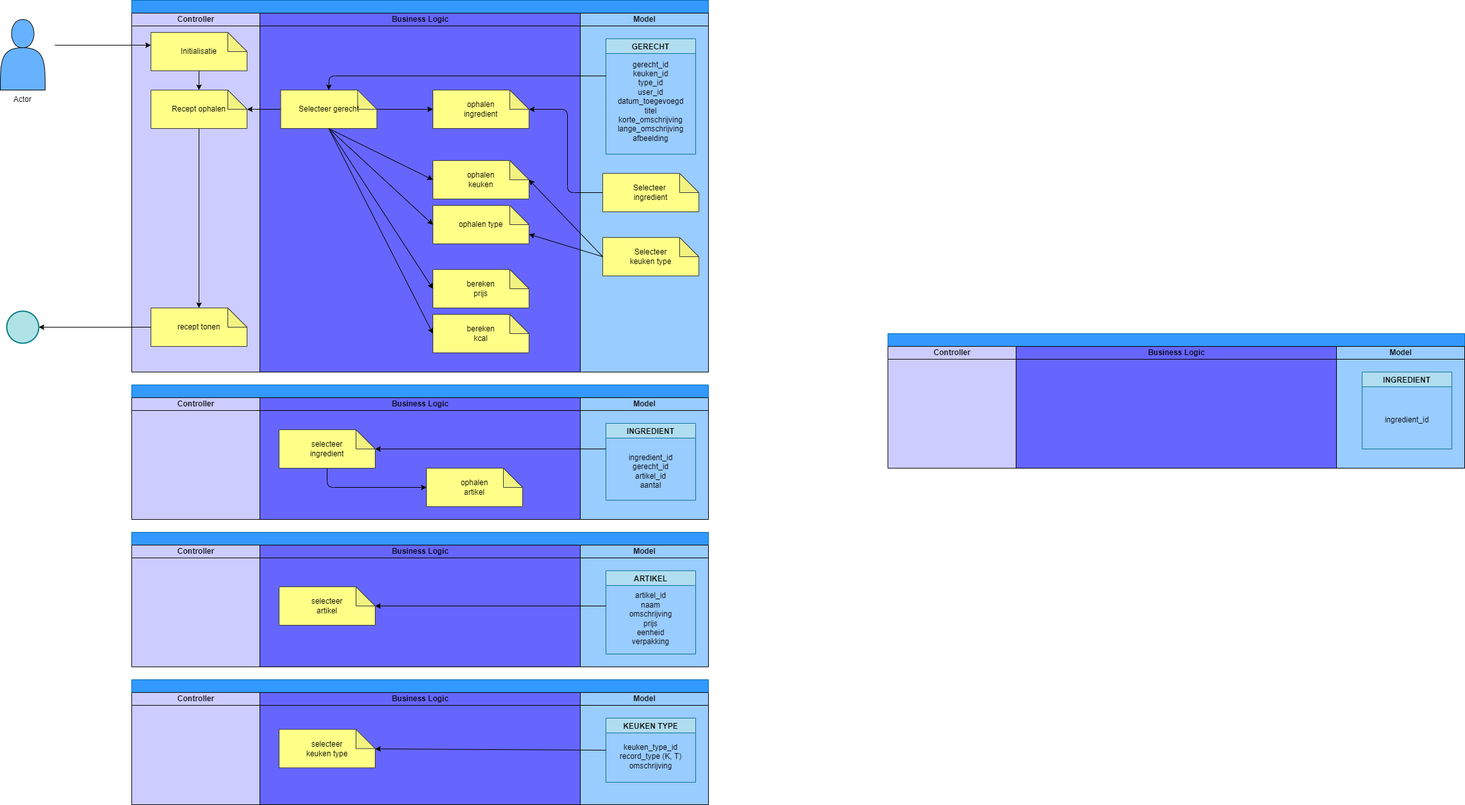
Before: documents/design/ASD_receptpagina.png, a diagram exported from draw.io (LiekeDeckers/educom-verrukkulluk). Source tidied: cells renumbered, new cells last; positions are measured from the earlier drawing's top-left corner, leaving out a move shared by most shapes.
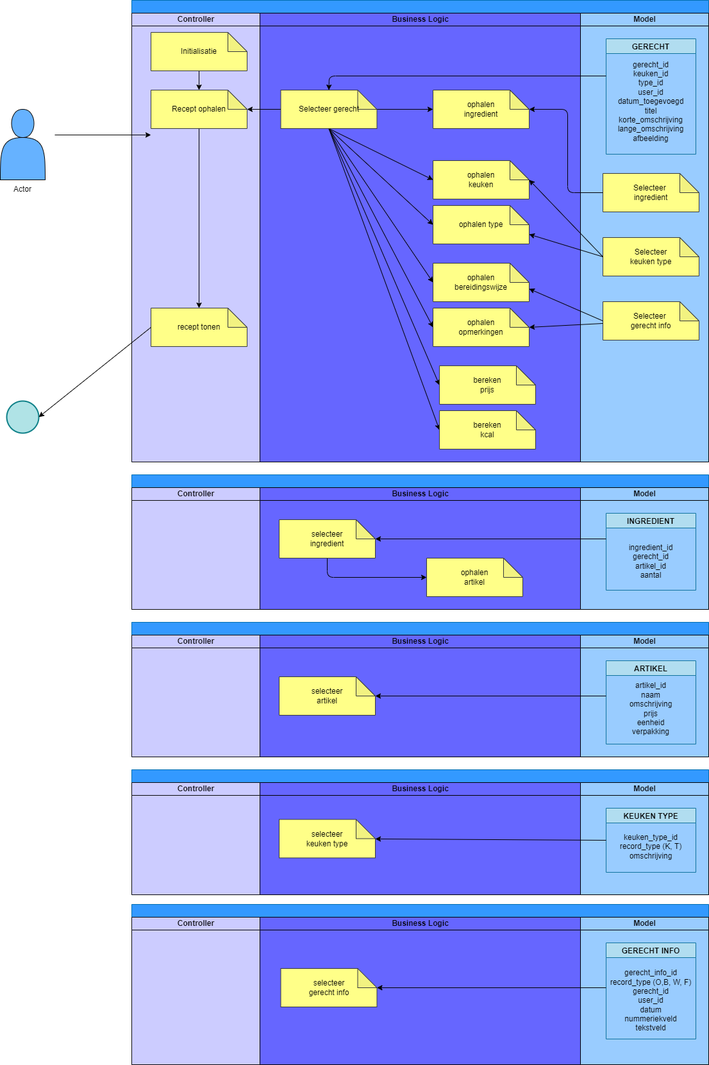
After the commit.

Commit message:
ASD receptpagina #4

The edit, as a diff of the source:
```diff
@@ -3,10 +3,10 @@
     <mxCell id="0" />
     <mxCell id="1" parent="0" />
     <mxCell id="2" style="swimlane;startSize=20;html=1;fillColor=#3399FF;fontColor=#000000;strokeColor=#006EAF;" parent="1" vertex="1">
-      <mxGeometry x="205" width="900" height="580" as="geometry" />
+      <mxGeometry x="205" y="-140" width="900" height="720" as="geometry" />
     </mxCell>
     <mxCell id="3" value="Controller" style="swimlane;startSize=20;html=1;fillColor=#CCCCFF;fontColor=#000000;strokeColor=#0a0a0a;gradientColor=none;swimlaneFillColor=#CCCCFF;" parent="2" vertex="1">
-      <mxGeometry y="20" width="200" height="560" as="geometry" />
+      <mxGeometry y="20" width="200" height="700" as="geometry" />
     </mxCell>
     <mxCell id="4" style="edgeStyle=none;html=1;exitX=0.5;exitY=1;exitDx=0;exitDy=0;exitPerimeter=0;entryX=0.5;entryY=0;entryDx=0;entryDy=0;entryPerimeter=0;strokeColor=#000000;fontColor=#000000;" parent="3" edge="1" source="5" target="7">
       <mxGeometry relative="1" as="geometry" />
@@ -24,7 +24,7 @@
       <mxGeometry x="30" y="460" width="150" height="60" as="geometry" />
     </mxCell>
     <mxCell id="9" value="&lt;font color=&quot;#000000&quot;&gt;Business Logic&lt;/font&gt;" style="swimlane;startSize=20;html=1;fillColor=#6666FF;strokeColor=#000000;swimlaneFillColor=#6666FF;fontColor=#ffffff;" parent="2" vertex="1">
-      <mxGeometry x="200" y="20" width="500" height="560" as="geometry" />
+      <mxGeometry x="200" y="20" width="500" height="700" as="geometry" />
     </mxCell>
     <mxCell id="10" style="edgeStyle=none;html=1;exitX=0.5;exitY=1;exitDx=0;exitDy=0;exitPerimeter=0;entryX=0;entryY=0.5;entryDx=0;entryDy=0;entryPerimeter=0;fontColor=#000000;strokeColor=#000000;" parent="9" edge="1" source="15" target="17">
       <mxGeometry relative="1" as="geometry" />
@@ -41,6 +41,12 @@
     <mxCell id="14" style="edgeStyle=none;html=1;exitX=0;exitY=0;exitDx=150;exitDy=30;exitPerimeter=0;strokeColor=#000000;fontColor=#000000;" parent="9" edge="1" source="15" target="16">
       <mxGeometry relative="1" as="geometry" />
     </mxCell>
+    <mxCell id="68" style="edgeStyle=none;html=1;entryX=0;entryY=0.5;entryDx=0;entryDy=0;entryPerimeter=0;strokeColor=#000000;exitX=0.5;exitY=1;exitDx=0;exitDy=0;exitPerimeter=0;" parent="9" edge="1" source="15" target="70">
+      <mxGeometry relative="1" as="geometry" />
+    </mxCell>
+    <mxCell id="69" style="edgeStyle=none;html=1;entryX=0;entryY=0.5;entryDx=0;entryDy=0;entryPerimeter=0;strokeColor=#000000;exitX=0.5;exitY=1;exitDx=0;exitDy=0;exitPerimeter=0;" parent="9" edge="1" source="15" target="71">
+      <mxGeometry relative="1" as="geometry" />
+    </mxCell>
     <mxCell id="15" value="&lt;font color=&quot;#000000&quot;&gt;Selecteer gerecht&lt;/font&gt;" style="shape=note;whiteSpace=wrap;html=1;backgroundOutline=1;darkOpacity=0.05;strokeColor=#36393d;fillColor=#ffff88;" parent="9" vertex="1">
       <mxGeometry x="32.5" y="120" width="150" height="60" as="geometry" />
     </mxCell>
@@ -54,13 +60,19 @@
       <mxGeometry x="270" y="300" width="150" height="60" as="geometry" />
     </mxCell>
     <mxCell id="19" value="&lt;font color=&quot;#000000&quot;&gt;bereken&lt;br&gt;prijs&lt;/font&gt;" style="shape=note;whiteSpace=wrap;html=1;backgroundOutline=1;darkOpacity=0.05;strokeColor=#36393d;fillColor=#ffff88;" parent="9" vertex="1">
-      <mxGeometry x="270" y="400" width="150" height="60" as="geometry" />
+      <mxGeometry x="280" y="550" width="150" height="60" as="geometry" />
     </mxCell>
     <mxCell id="20" value="&lt;font color=&quot;#000000&quot;&gt;bereken&lt;br&gt;kcal&lt;/font&gt;" style="shape=note;whiteSpace=wrap;html=1;backgroundOutline=1;darkOpacity=0.05;strokeColor=#36393d;fillColor=#ffff88;" parent="9" vertex="1">
-      <mxGeometry x="270" y="470" width="150" height="60" as="geometry" />
+      <mxGeometry x="280" y="620" width="150" height="60" as="geometry" />
     </mxCell>
+    <mxCell id="70" value="&lt;font color=&quot;#000000&quot;&gt;ophalen&lt;br&gt;bereidingswijze&lt;/font&gt;" style="shape=note;whiteSpace=wrap;html=1;backgroundOutline=1;darkOpacity=0.05;strokeColor=#36393d;fillColor=#ffff88;" parent="9" vertex="1">
+      <mxGeometry x="270" y="390" width="150" height="60" as="geometry" />
+    </mxCell>
+    <mxCell id="71" value="&lt;font color=&quot;#000000&quot;&gt;ophalen&lt;br&gt;opmerkingen&lt;/font&gt;" style="shape=note;whiteSpace=wrap;html=1;backgroundOutline=1;darkOpacity=0.05;strokeColor=#36393d;fillColor=#ffff88;" parent="9" vertex="1">
+      <mxGeometry x="270" y="460" width="150" height="60" as="geometry" />
+    </mxCell>
     <mxCell id="21" value="&lt;font color=&quot;#000000&quot;&gt;Model&lt;/font&gt;" style="swimlane;startSize=20;html=1;fillColor=#99CCFF;swimlaneFillColor=#99CCFF;strokeColor=#000000;" parent="2" vertex="1">
-      <mxGeometry x="700" y="20" width="200" height="560" as="geometry" />
+      <mxGeometry x="700" y="20" width="200" height="700" as="geometry" />
     </mxCell>
     <mxCell id="22" value="GERECHT" style="swimlane;labelBackgroundColor=none;strokeColor=#10739e;fillColor=#b1ddf0;fontColor=#000000;startSize=23;" parent="21" vertex="1">
       <mxGeometry x="40" y="40" width="140" height="180" as="geometry" />
@@ -74,6 +86,9 @@
     <mxCell id="25" value="&lt;font color=&quot;#000000&quot;&gt;Selecteer&lt;br&gt;keuken type&lt;br&gt;&lt;/font&gt;" style="shape=note;whiteSpace=wrap;html=1;backgroundOutline=1;darkOpacity=0.05;strokeColor=#36393d;fillColor=#ffff88;" parent="21" vertex="1">
       <mxGeometry x="35" y="350" width="150" height="60" as="geometry" />
     </mxCell>
+    <mxCell id="72" value="&lt;font color=&quot;#000000&quot;&gt;Selecteer &lt;br&gt;gerecht info&lt;/font&gt;" style="shape=note;whiteSpace=wrap;html=1;backgroundOutline=1;darkOpacity=0.05;strokeColor=#36393d;fillColor=#ffff88;" parent="21" vertex="1">
+      <mxGeometry x="35" y="450" width="150" height="60" as="geometry" />
+    </mxCell>
     <mxCell id="26" style="edgeStyle=none;html=1;entryX=0.5;entryY=0;entryDx=0;entryDy=0;entryPerimeter=0;strokeColor=#000000;fontColor=#000000;" parent="2" edge="1" target="15">
       <mxGeometry relative="1" as="geometry">
         <mxPoint x="740" y="118" as="sourcePoint" />
@@ -99,6 +114,9 @@
     <mxCell id="30" style="edgeStyle=none;html=1;strokeColor=#000000;fontColor=#000000;entryX=0;entryY=0;entryDx=150;entryDy=30;entryPerimeter=0;exitX=0;exitY=0.5;exitDx=0;exitDy=0;exitPerimeter=0;" parent="2" edge="1" source="25" target="17">
       <mxGeometry relative="1" as="geometry" />
     </mxCell>
+    <mxCell id="73" style="edgeStyle=none;html=1;entryX=0;entryY=0;entryDx=150;entryDy=30;entryPerimeter=0;strokeColor=#000000;" parent="2" edge="1" source="72" target="71">
+      <mxGeometry relative="1" as="geometry" />
+    </mxCell>
     <mxCell id="31" style="shape=actor;whiteSpace=wrap;html=1;fillColor=#66B2FF;strokeColor=#000000;" parent="1" vertex="1">
       <mxGeometry y="30" width="70" height="110" as="geometry" />
     </mxCell>
@@ -179,24 +197,6 @@
         <mxPoint x="740" y="115" as="sourcePoint" />
       </mxGeometry>
     </mxCell>
-    <mxCell id="54" style="swimlane;startSize=20;html=1;fillColor=#3399FF;fontColor=#000000;strokeColor=#006EAF;" parent="1" vertex="1">
-      <mxGeometry x="1385" y="520" width="900" height="210" as="geometry" />
-    </mxCell>
-    <mxCell id="55" value="Controller" style="swimlane;startSize=20;html=1;fillColor=#CCCCFF;fontColor=#000000;strokeColor=#0a0a0a;gradientColor=none;swimlaneFillColor=#CCCCFF;" parent="54" vertex="1">
-      <mxGeometry y="20" width="200" height="190" as="geometry" />
-    </mxCell>
-    <mxCell id="56" value="&lt;font color=&quot;#000000&quot;&gt;Business Logic&lt;/font&gt;" style="swimlane;startSize=20;html=1;fillColor=#6666FF;strokeColor=#000000;swimlaneFillColor=#6666FF;fontColor=#ffffff;" parent="54" vertex="1">
-      <mxGeometry x="200" y="20" width="500" height="190" as="geometry" />
-    </mxCell>
-    <mxCell id="57" value="&lt;font color=&quot;#000000&quot;&gt;Model&lt;/font&gt;" style="swimlane;startSize=20;html=1;fillColor=#99CCFF;swimlaneFillColor=#99CCFF;strokeColor=#000000;" parent="54" vertex="1">
-      <mxGeometry x="700" y="20" width="200" height="190" as="geometry" />
-    </mxCell>
-    <mxCell id="58" value="INGREDIENT" style="swimlane;labelBackgroundColor=none;strokeColor=#10739e;fillColor=#b1ddf0;fontColor=#000000;startSize=23;" parent="57" vertex="1">
-      <mxGeometry x="40" y="40" width="140" height="120" as="geometry" />
-    </mxCell>
-    <mxCell id="59" value="&lt;font color=&quot;#000000&quot;&gt;ingredient_id&lt;br&gt;&lt;/font&gt;" style="text;html=1;strokeColor=none;fillColor=none;align=center;verticalAlign=middle;whiteSpace=wrap;rounded=0;" parent="58" vertex="1">
-      <mxGeometry x="15" y="20" width="110" height="110" as="geometry" />
-    </mxCell>
     <mxCell id="60" style="swimlane;startSize=20;html=1;fillColor=#3399FF;fontColor=#000000;strokeColor=#006EAF;" parent="1" vertex="1">
       <mxGeometry x="205" y="1060" width="900" height="195" as="geometry" />
     </mxCell>
@@ -221,5 +221,36 @@
     <mxCell id="67" style="edgeStyle=none;html=1;exitX=0;exitY=0.5;exitDx=0;exitDy=0;strokeColor=#000000;fontColor=#000000;" parent="60" edge="1" source="65" target="63">
       <mxGeometry relative="1" as="geometry" />
     </mxCell>
+    <mxCell id="74" style="edgeStyle=none;html=1;strokeColor=#000000;exitX=0;exitY=0.5;exitDx=0;exitDy=0;exitPerimeter=0;" parent="1" edge="1" source="72">
+      <mxGeometry relative="1" as="geometry">
+        <mxPoint x="825" y="310" as="targetPoint" />
+      </mxGeometry>
+    </mxCell>
+    <mxCell id="75" style="swimlane;startSize=20;html=1;fillColor=#3399FF;fontColor=#000000;strokeColor=#006EAF;" parent="1" vertex="1">
+      <mxGeometry x="205" y="1270" width="900" height="250" as="geometry" />
+    </mxCell>
+    <mxCell id="55" value="Controller" style="swimlane;startSize=20;html=1;fillColor=#CCCCFF;fontColor=#000000;strokeColor=#0a0a0a;gradientColor=none;swimlaneFillColor=#CCCCFF;" parent="75" vertex="1">
+      <mxGeometry y="20" width="200" height="230" as="geometry" />
+    </mxCell>
+    <mxCell id="56" value="&lt;font color=&quot;#000000&quot;&gt;Business Logic&lt;/font&gt;" style="swimlane;startSize=20;html=1;fillColor=#6666FF;strokeColor=#000000;swimlaneFillColor=#6666FF;fontColor=#ffffff;" parent="75" vertex="1">
+      <mxGeometry x="200" y="20" width="500" height="230" as="geometry" />
+    </mxCell>
+    <mxCell id="76" value="&lt;font color=&quot;#000000&quot;&gt;selecteer&lt;br&gt;gerecht info&lt;/font&gt;" style="shape=note;whiteSpace=wrap;html=1;backgroundOutline=1;darkOpacity=0.05;strokeColor=#36393d;fillColor=#ffff88;" parent="56" vertex="1">
+      <mxGeometry x="32.5" y="80" width="150" height="60" as="geometry" />
+    </mxCell>
+    <mxCell id="57" value="&lt;font color=&quot;#000000&quot;&gt;Model&lt;/font&gt;" style="swimlane;startSize=20;html=1;fillColor=#99CCFF;swimlaneFillColor=#99CCFF;strokeColor=#000000;" parent="75" vertex="1">
+      <mxGeometry x="700" y="20" width="200" height="230" as="geometry" />
+    </mxCell>
+    <mxCell id="77" value="GERECHT INFO" style="swimlane;labelBackgroundColor=none;strokeColor=#10739e;fillColor=#b1ddf0;fontColor=#000000;startSize=23;" parent="57" vertex="1">
+      <mxGeometry x="40" y="40" width="140" height="150" as="geometry" />
+    </mxCell>
+    <mxCell id="78" value="&lt;font color=&quot;#000000&quot;&gt;gerecht_info_id&lt;br&gt;record_type (O,B, W, F)&lt;br&gt;gerecht_id&lt;br&gt;user_id&lt;br&gt;datum&lt;br&gt;nummeriekveld&lt;br&gt;tekstveld&lt;br&gt;&lt;/font&gt;" style="text;html=1;strokeColor=none;fillColor=none;align=center;verticalAlign=middle;whiteSpace=wrap;rounded=0;" parent="77" vertex="1">
+      <mxGeometry y="40" width="140" height="100" as="geometry" />
+    </mxCell>
+    <mxCell id="79" style="edgeStyle=none;html=1;strokeColor=#000000;" parent="75" edge="1" target="76">
+      <mxGeometry relative="1" as="geometry">
+        <mxPoint x="740" y="130" as="sourcePoint" />
+      </mxGeometry>
+    </mxCell>
   </root>
 </mxGraphModel>
```
